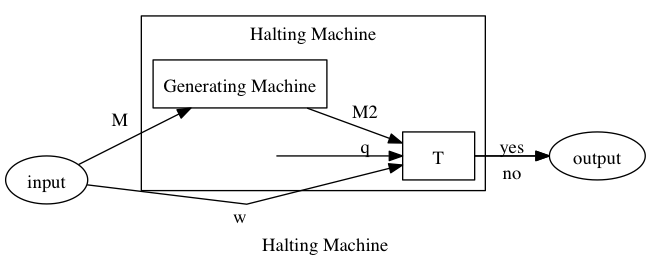
Above: Assignment9/9-1.gv.png in ranmocy/Automata-Theory (Graphviz), before the change. Its source is kept beside it as Assignment9/9-1.gv.
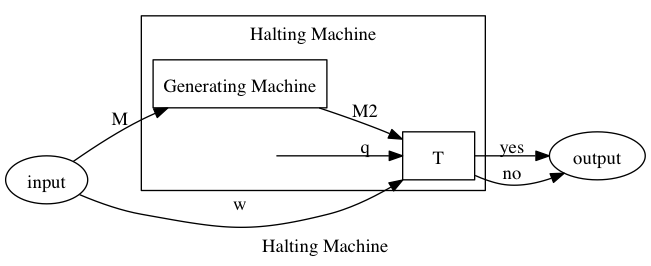
The same file after the commit.

Change to the diagram source:
```diff
@@ -1,6 +1,6 @@
 digraph G {
         rankdir=LR;
-        splines=false;
+        #splines=false;
         label="Halting Machine";
 
 	subgraph cluster {
```
